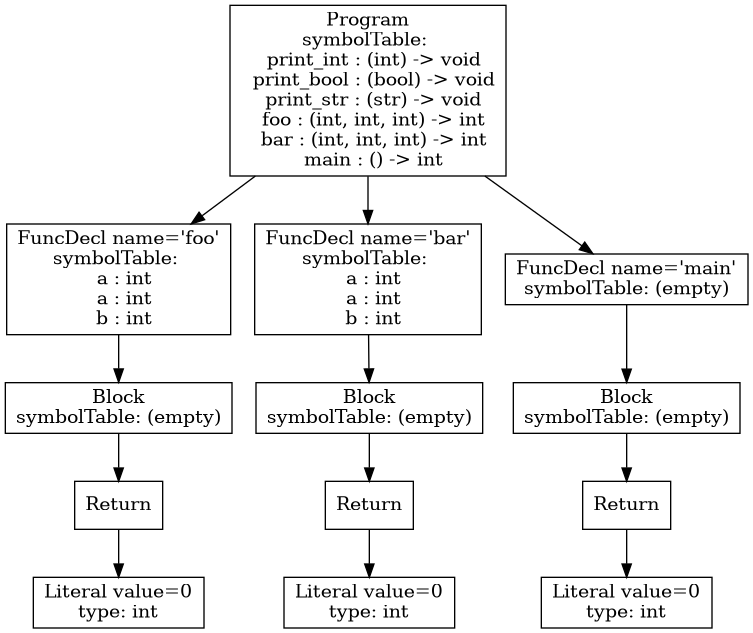
Earlier version of the Graphviz export p3-analysis/tree.png (atrim11/CS432). Its source is kept beside it as p3-analysis/tree.dot.
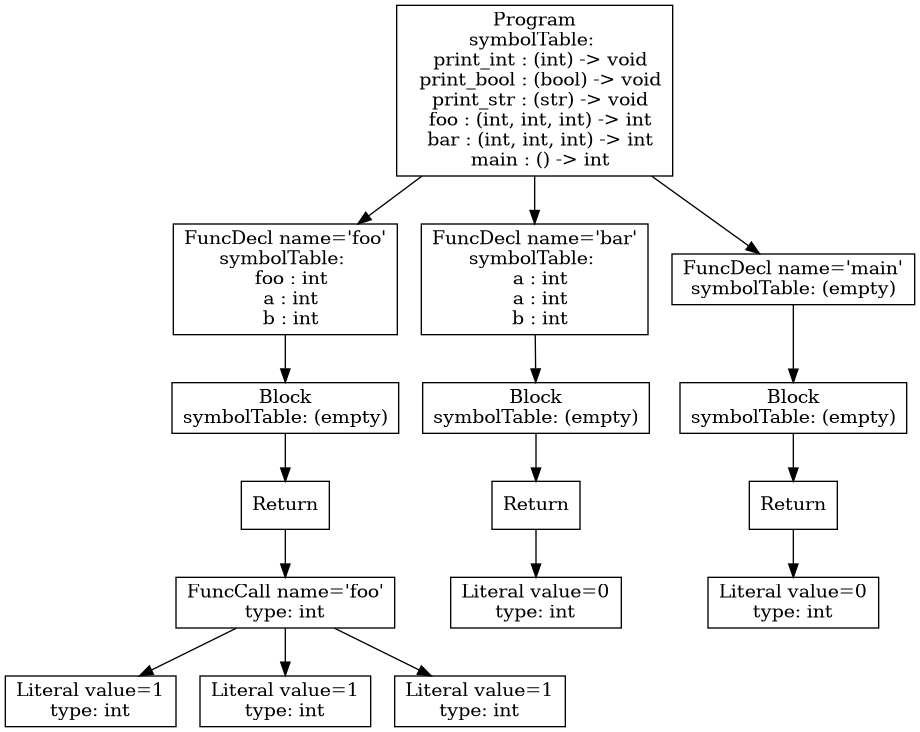
The same file after the commit.

Change to the diagram source:
```diff
@@ -1,27 +1,33 @@
 digraph AST {
-4 [shape=box, label="Literal value=0\ntype: int"];
+5 [shape=box, label="Literal value=1\ntype: int"];
+6 [shape=box, label="Literal value=1\ntype: int"];
+7 [shape=box, label="Literal value=1\ntype: int"];
+4 [shape=box, label="FuncCall name='foo'\ntype: int"];
+4 -> 5;
+4 -> 6;
+4 -> 7;
 3 [shape=box, label="Return"];
 3 -> 4;
 2 [shape=box, label="Block\nsymbolTable: (empty)"];
 2 -> 3;
-1 [shape=box, label="FuncDecl name='foo'\nsymbolTable: \n  a : int\n  a : int\n  b : int"];
+1 [shape=box, label="FuncDecl name='foo'\nsymbolTable: \n  foo : int\n  a : int\n  b : int"];
 1 -> 2;
-8 [shape=box, label="Literal value=0\ntype: int"];
-7 [shape=box, label="Return"];
-7 -> 8;
-6 [shape=box, label="Block\nsymbolTable: (empty)"];
-6 -> 7;
-5 [shape=box, label="FuncDecl name='bar'\nsymbolTable: \n  a : int\n  a : int\n  b : int"];
-5 -> 6;
-12 [shape=box, label="Literal value=0\ntype: int"];
-11 [shape=box, label="Return"];
-11 -> 12;
-10 [shape=box, label="Block\nsymbolTable: (empty)"];
+11 [shape=box, label="Literal value=0\ntype: int"];
+10 [shape=box, label="Return"];
 10 -> 11;
-9 [shape=box, label="FuncDecl name='main'\nsymbolTable: (empty)"];
+9 [shape=box, label="Block\nsymbolTable: (empty)"];
 9 -> 10;
+8 [shape=box, label="FuncDecl name='bar'\nsymbolTable: \n  a : int\n  a : int\n  b : int"];
+8 -> 9;
+15 [shape=box, label="Literal value=0\ntype: int"];
+14 [shape=box, label="Return"];
+14 -> 15;
+13 [shape=box, label="Block\nsymbolTable: (empty)"];
+13 -> 14;
+12 [shape=box, label="FuncDecl name='main'\nsymbolTable: (empty)"];
+12 -> 13;
 0 [shape=box, label="Program\nsymbolTable: \n  print_int : (int) -> void\n  print_bool : (bool) -> void\n  print_str : (str) -> void\n  foo : (int, int, int) -> int\n  bar : (int, int, int) -> int\n  main : () -> int"];
 0 -> 1;
-0 -> 5;
-0 -> 9;
+0 -> 8;
+0 -> 12;
 }
```
